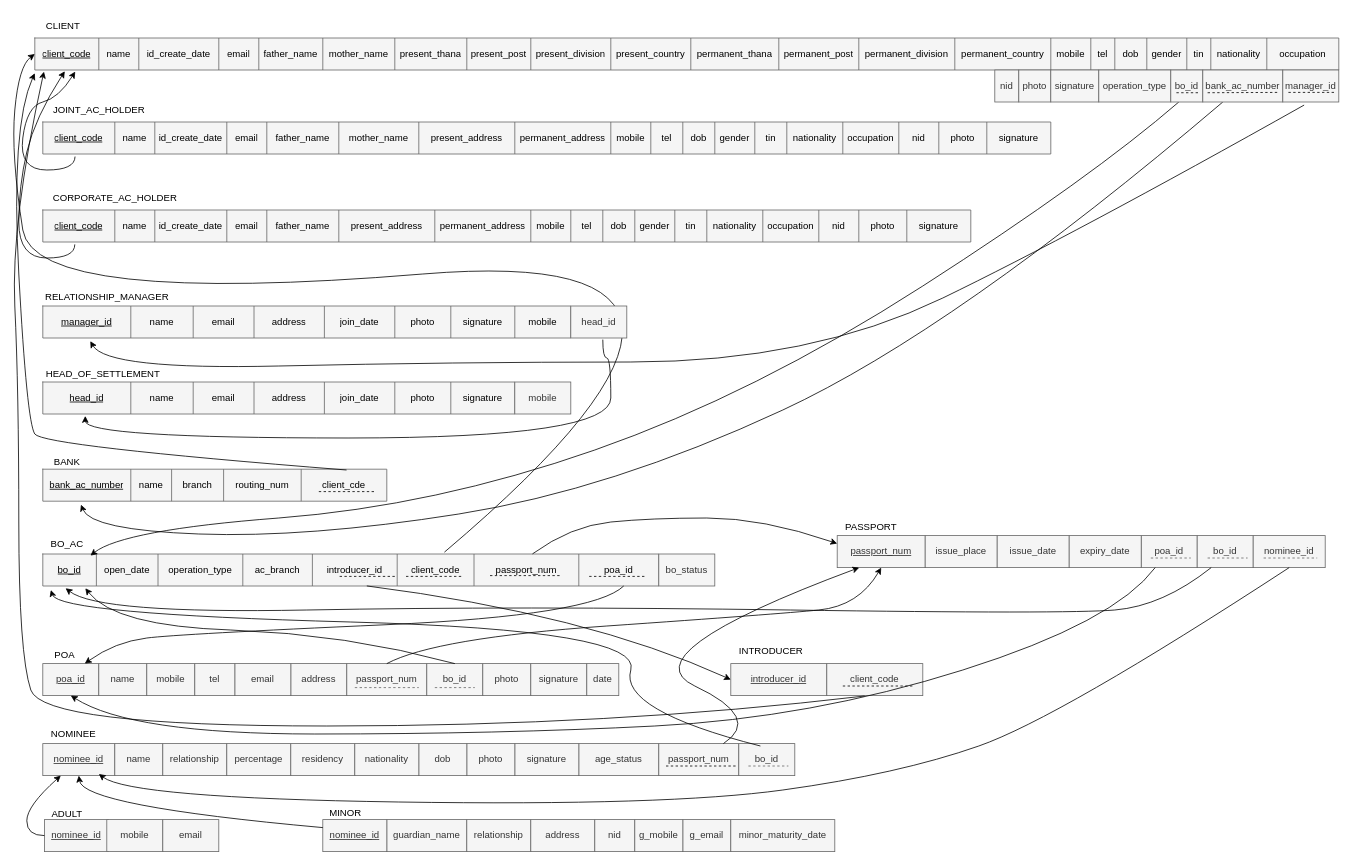
Before: report/schema.drawio in MohaiminAlif/LankabanglaUniProject, a draw.io diagram. Source tidied: cells renumbered, new cells numbered last; positions are measured from the earlier drawing's top-left corner, leaving out a move shared by most shapes. Both pictures are drawn from the tidied source at 80%, with x=0, y=0 at pixel (10, 14).
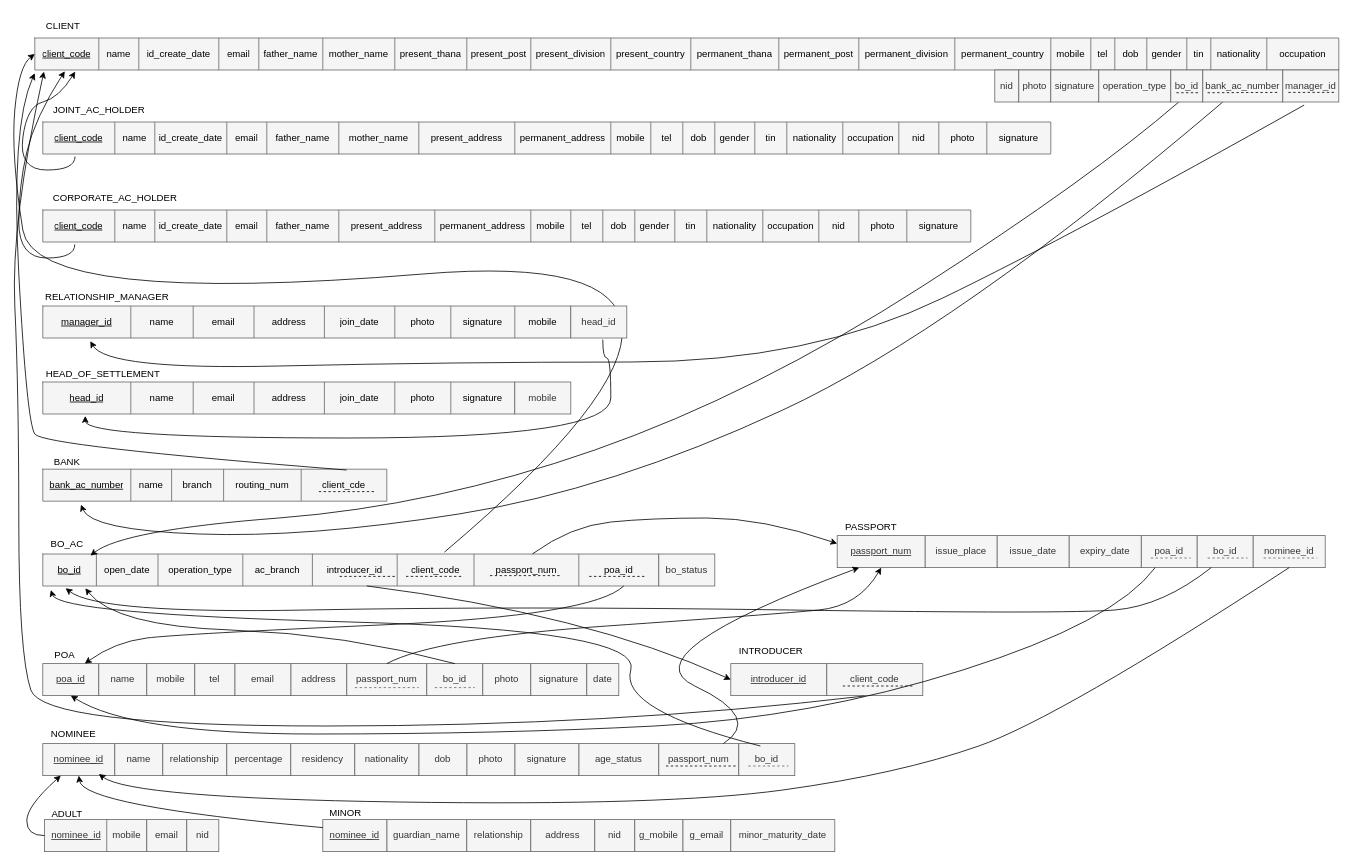
Above is the later version.

Commit message (it also covers changes not shown here):
erd and schema updadted

Change to the diagram source:
```diff
@@
     <mxCell id="184" value="mobile" style="rounded=0;whiteSpace=wrap;html=1;fillColor=#f5f5f5;fontColor=#333333;strokeColor=#666666;" parent="1" vertex="1">
-      <mxGeometry x="120" y="1007" width="70" height="40" as="geometry" />
+      <mxGeometry x="120" y="1007" width="50" height="40" as="geometry" />
     </mxCell>
     <mxCell id="185" value="email" style="rounded=0;whiteSpace=wrap;html=1;fillColor=#f5f5f5;fontColor=#333333;strokeColor=#666666;" parent="1" vertex="1">
-      <mxGeometry x="190" y="1007" width="70" height="40" as="geometry" />
+      <mxGeometry x="170" y="1007" width="50" height="40" as="geometry" />
     </mxCell>
@@
+    <mxCell id="204" value="nid" style="rounded=0;whiteSpace=wrap;html=1;fillColor=#f5f5f5;fontColor=#333333;strokeColor=#666666;" parent="1" vertex="1">
+      <mxGeometry x="220" y="1007" width="40" height="40" as="geometry" />
+    </mxCell>
```
